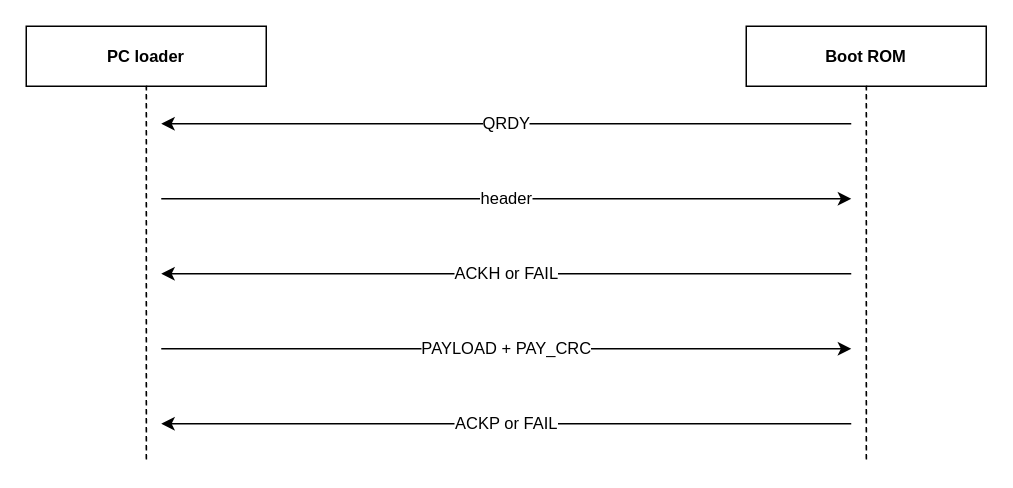
Earlier version of the draw.io diagram page "PC-ROM handshake" (5 of 5) of doc/figures/drawio/QNSC_BOOT.drawio (quynhonsemiconductor/vlsi_deep_training). Source tidied: cells renumbered, new cells numbered last; positions are measured from the earlier drawing's top-left corner, leaving out a move shared by most shapes. Both pictures are drawn from the tidied source at 150%, with x=0, y=0 at pixel (26, 26).
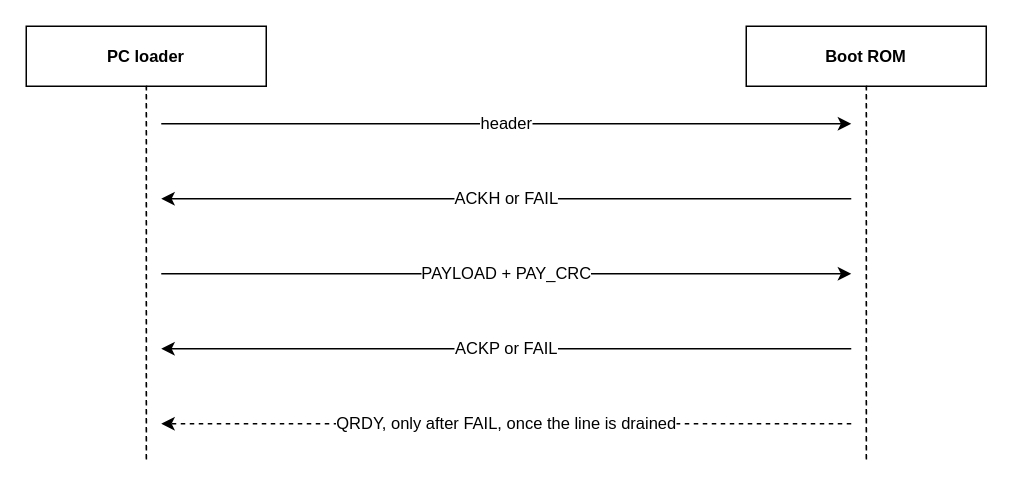
Above is the later version.

The change refers to these unchanged cells:
```xml
<mxCell id="6" style="rounded=0;whiteSpace=wrap;html=1;fillColor=none;strokeColor=none;fontSize=10;dashed=0;verticalAlign=middle;" parent="1" vertex="1">
  <mxGeometry x="70" y="60" width="20" height="10" as="geometry" />
</mxCell>
<mxCell id="7" style="rounded=0;whiteSpace=wrap;html=1;fillColor=none;strokeColor=none;fontSize=10;dashed=0;verticalAlign=middle;" parent="1" vertex="1">
  <mxGeometry x="550" y="60" width="20" height="10" as="geometry" />
</mxCell>
<mxCell id="8" style="rounded=0;whiteSpace=wrap;html=1;fillColor=none;strokeColor=none;fontSize=10;dashed=0;verticalAlign=middle;" parent="1" vertex="1">
  <mxGeometry x="70" y="110" width="20" height="10" as="geometry" />
</mxCell>
<mxCell id="9" style="rounded=0;whiteSpace=wrap;html=1;fillColor=none;strokeColor=none;fontSize=10;dashed=0;verticalAlign=middle;" parent="1" vertex="1">
  <mxGeometry x="550" y="110" width="20" height="10" as="geometry" />
</mxCell>
<mxCell id="10" style="rounded=0;whiteSpace=wrap;html=1;fillColor=none;strokeColor=none;fontSize=10;dashed=0;verticalAlign=middle;" parent="1" vertex="1">
  <mxGeometry x="70" y="160" width="20" height="10" as="geometry" />
</mxCell>
<mxCell id="11" style="rounded=0;whiteSpace=wrap;html=1;fillColor=none;strokeColor=none;fontSize=10;dashed=0;verticalAlign=middle;" parent="1" vertex="1">
  <mxGeometry x="550" y="160" width="20" height="10" as="geometry" />
</mxCell>
<mxCell id="12" style="rounded=0;whiteSpace=wrap;html=1;fillColor=none;strokeColor=none;fontSize=10;dashed=0;verticalAlign=middle;" parent="1" vertex="1">
  <mxGeometry x="70" y="210" width="20" height="10" as="geometry" />
</mxCell>
<mxCell id="13" style="rounded=0;whiteSpace=wrap;html=1;fillColor=none;strokeColor=none;fontSize=10;dashed=0;verticalAlign=middle;" parent="1" vertex="1">
  <mxGeometry x="550" y="210" width="20" height="10" as="geometry" />
</mxCell>
<mxCell id="14" style="rounded=0;whiteSpace=wrap;html=1;fillColor=none;strokeColor=none;fontSize=10;dashed=0;verticalAlign=middle;" parent="1" vertex="1">
  <mxGeometry x="70" y="260" width="20" height="10" as="geometry" />
</mxCell>
<mxCell id="15" style="rounded=0;whiteSpace=wrap;html=1;fillColor=none;strokeColor=none;fontSize=10;dashed=0;verticalAlign=middle;" parent="1" vertex="1">
  <mxGeometry x="550" y="260" width="20" height="10" as="geometry" />
</mxCell>
```

Diff of the diagram source:
```diff
@@
-    <mxCell id="16" value="QRDY" style="edgeStyle=orthogonalEdgeStyle;rounded=0;html=1;exitX=0.0;exitY=0.5;entryX=1.0;entryY=0.5;exitDx=0;exitDy=0;entryDx=0;entryDy=0;" parent="1" edge="1" source="7" target="6">
-      <mxGeometry relative="1" as="geometry" />
-    </mxCell>
-    <mxCell id="17" value="header" style="edgeStyle=orthogonalEdgeStyle;rounded=0;html=1;exitX=1.0;exitY=0.5;entryX=0.0;entryY=0.5;exitDx=0;exitDy=0;entryDx=0;entryDy=0;" parent="1" edge="1" source="8" target="9">
+    <mxCell id="17" value="header" style="edgeStyle=orthogonalEdgeStyle;rounded=0;html=1;exitX=1.0;exitY=0.5;entryX=0.0;entryY=0.5;exitDx=0;exitDy=0;entryDx=0;entryDy=0;" parent="1" edge="1" source="6" target="7">
       <mxGeometry relative="1" as="geometry" />
     </mxCell>
-    <mxCell id="18" value="ACKH or FAIL" style="edgeStyle=orthogonalEdgeStyle;rounded=0;html=1;exitX=0.0;exitY=0.5;entryX=1.0;entryY=0.5;exitDx=0;exitDy=0;entryDx=0;entryDy=0;" parent="1" edge="1" source="11" target="10">
+    <mxCell id="18" value="ACKH or FAIL" style="edgeStyle=orthogonalEdgeStyle;rounded=0;html=1;exitX=0.0;exitY=0.5;entryX=1.0;entryY=0.5;exitDx=0;exitDy=0;entryDx=0;entryDy=0;" parent="1" edge="1" source="9" target="8">
       <mxGeometry relative="1" as="geometry" />
     </mxCell>
-    <mxCell id="19" value="PAYLOAD + PAY_CRC" style="edgeStyle=orthogonalEdgeStyle;rounded=0;html=1;exitX=1.0;exitY=0.5;entryX=0.0;entryY=0.5;exitDx=0;exitDy=0;entryDx=0;entryDy=0;" parent="1" edge="1" source="12" target="13">
+    <mxCell id="19" value="PAYLOAD + PAY_CRC" style="edgeStyle=orthogonalEdgeStyle;rounded=0;html=1;exitX=1.0;exitY=0.5;entryX=0.0;entryY=0.5;exitDx=0;exitDy=0;entryDx=0;entryDy=0;" parent="1" edge="1" source="10" target="11">
       <mxGeometry relative="1" as="geometry" />
     </mxCell>
+    <mxCell id="21" value="ACKP or FAIL" style="edgeStyle=orthogonalEdgeStyle;rounded=0;html=1;exitX=0.0;exitY=0.5;entryX=1.0;entryY=0.5;exitDx=0;exitDy=0;entryDx=0;entryDy=0;" parent="1" edge="1" source="13" target="12">
+      <mxGeometry relative="1" as="geometry" />
+    </mxCell>
-    <mxCell id="20" value="ACKP or FAIL" style="edgeStyle=orthogonalEdgeStyle;rounded=0;html=1;exitX=0.0;exitY=0.5;entryX=1.0;entryY=0.5;exitDx=0;exitDy=0;entryDx=0;entryDy=0;" parent="1" edge="1" source="15" target="14">
+    <mxCell id="20" value="QRDY, only after FAIL, once the line is drained" style="edgeStyle=orthogonalEdgeStyle;rounded=0;html=1;exitX=0.0;exitY=0.5;entryX=1.0;entryY=0.5;exitDx=0;exitDy=0;entryDx=0;entryDy=0;dashed=1;" parent="1" edge="1" source="15" target="14">
       <mxGeometry relative="1" as="geometry" />
     </mxCell>
```
